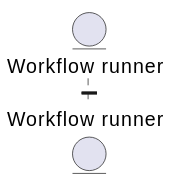
Earlier version of the PlantUML export docs/pattern-1/sequence.svg (eoap/application-package-patterns).
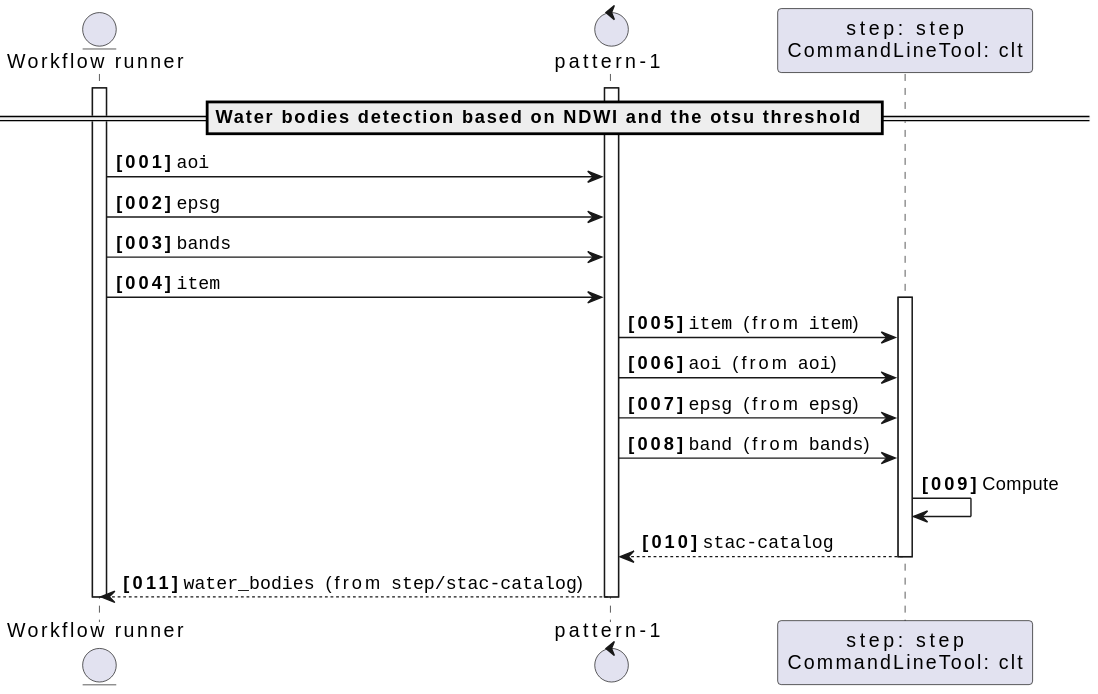
After the commit.

What changed in the source:
```diff
@@ -8,6 +8,68 @@
 
 
 
+== Water bodies detection based on NDWI and the otsu threshold ==
+
+control "pattern-1" as pattern_1_or
+activate pattern_1_or
+
+
+wfrunner -> pattern_1_or : ""aoi""
+
+wfrunner -> pattern_1_or : ""epsg""
+
+wfrunner -> pattern_1_or : ""bands""
+
+wfrunner -> pattern_1_or : ""item""
+
+
+
+
+
+
+
+
+participant "step: step\nCommandLineTool: clt" as pattern_1_or__step
+activate pattern_1_or__step
+
+
+
+pattern_1_or -> pattern_1_or__step : ""item"" (from ""item"")
+
+
+
+pattern_1_or -> pattern_1_or__step : ""aoi"" (from ""aoi"")
+
+
+
+pattern_1_or -> pattern_1_or__step : ""epsg"" (from ""epsg"")
+
+
+
+pattern_1_or -> pattern_1_or__step : ""band"" (from ""bands"")
+
+
+
+pattern_1_or__step -> pattern_1_or__step : Compute
+
+
+pattern_1_or <-- pattern_1_or__step : ""stac-catalog""
+
+
+deactivate pattern_1_or__step
+
+
+
+
+
+
+
+wfrunner <-- pattern_1_or : ""water_bodies"" (from ""step/stac-catalog"")
+
+
+
+deactivate pattern_1_or
+
 
 deactivate wfrunner
 @enduml
```
